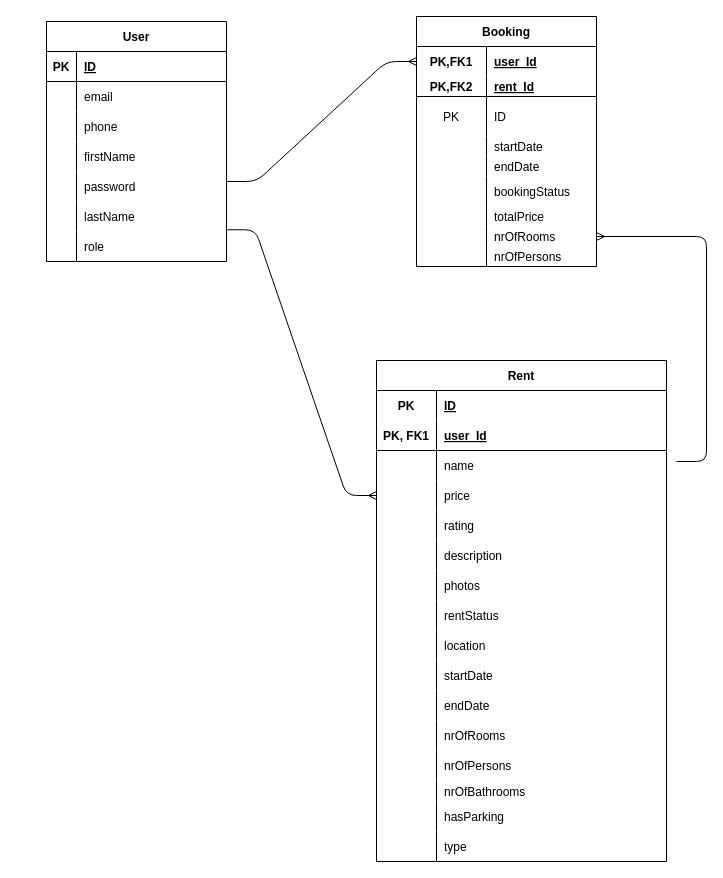
This is frontend/diagram.drawio from raresmaier234/FinalProject, a draw.io file, before an edit. Source tidied: cells renumbered, new cells numbered last; positions are measured from the earlier drawing's top-left corner, leaving out a move shared by most shapes. Both pictures are drawn from the tidied source at 100%, with x=0, y=0 at pixel (46, 16).
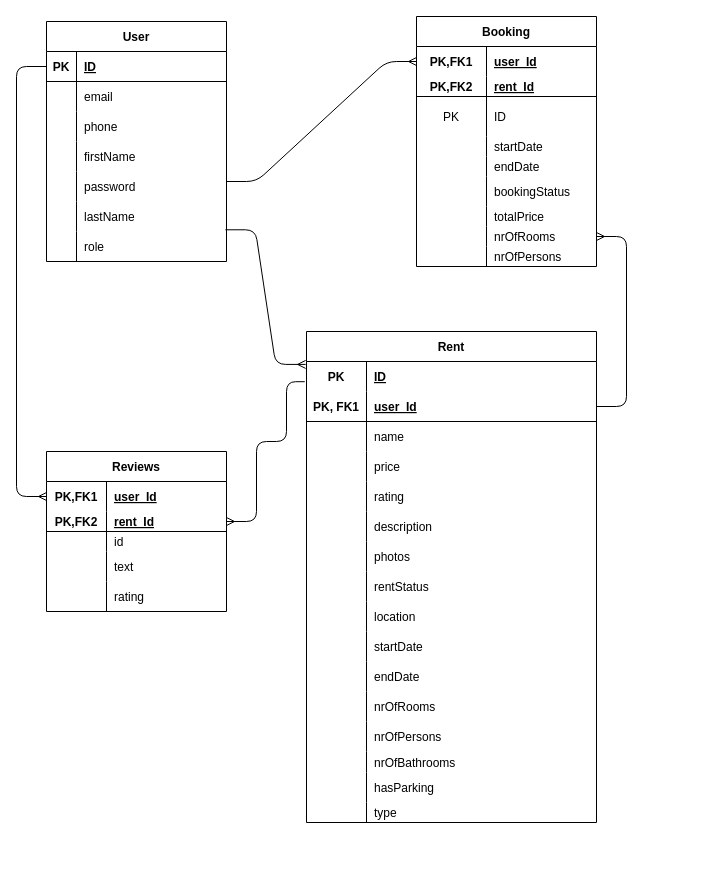
Above is the later version.

The change refers to these unchanged cells:
```xml
<mxCell id="3" style="shape=tableRow;horizontal=0;startSize=0;swimlaneHead=0;swimlaneBody=0;fillColor=none;points=[[0,0.5],[1,0.5]];portConstraint=eastwest;top=0;left=0;right=0;bottom=1;" parent="2" vertex="1">
  <mxGeometry y="30" width="180" height="30" as="geometry" />
</mxCell>
<mxCell id="21" style="shape=tableRow;horizontal=0;startSize=0;swimlaneHead=0;swimlaneBody=0;fillColor=none;points=[[0,0.5],[1,0.5]];portConstraint=eastwest;top=0;left=0;right=0;bottom=0;" parent="2" vertex="1">
  <mxGeometry y="210" width="180" height="30" as="geometry" />
</mxCell>
<mxCell id="46" style="shape=tableRow;horizontal=0;startSize=0;swimlaneHead=0;swimlaneBody=0;fillColor=none;points=[[0,0.5],[1,0.5]];portConstraint=eastwest;top=0;left=0;right=0;bottom=0;" parent="24" vertex="1">
  <mxGeometry y="210" width="180" height="20" as="geometry" />
</mxCell>
<mxCell id="54" style="shape=tableRow;horizontal=0;startSize=0;swimlaneHead=0;swimlaneBody=0;fillColor=none;points=[[0,0.5],[1,0.5]];portConstraint=eastwest;top=0;left=0;right=0;bottom=0;" parent="53" vertex="1">
  <mxGeometry y="30" width="290" height="30" as="geometry" />
</mxCell>
<mxCell id="57" style="shape=tableRow;horizontal=0;startSize=0;swimlaneHead=0;swimlaneBody=0;fillColor=none;points=[[0,0.5],[1,0.5]];portConstraint=eastwest;top=0;left=0;right=0;bottom=1;" parent="53" vertex="1">
  <mxGeometry y="60" width="290" height="30" as="geometry" />
</mxCell>
<mxCell id="63" style="shape=tableRow;horizontal=0;startSize=0;swimlaneHead=0;swimlaneBody=0;fillColor=none;points=[[0,0.5],[1,0.5]];portConstraint=eastwest;top=0;left=0;right=0;bottom=0;" parent="53" vertex="1">
  <mxGeometry y="120" width="290" height="30" as="geometry" />
</mxCell>
```

The edit, as a diff of the source:
```diff
@@
     <mxCell id="53" value="Rent" style="shape=table;startSize=30;childLayout=tableLayout;rowLines=0;fontStyle=1;align=center;" parent="1" vertex="1">
-      <mxGeometry x="330" y="344" width="290" height="501" as="geometry" />
+      <mxGeometry x="260" y="315" width="290" height="491" as="geometry" />
     </mxCell>
@@
     <mxCell id="99" style="shape=tableRow;horizontal=0;startSize=0;swimlaneHead=0;swimlaneBody=0;fillColor=none;top=0;left=0;right=0;bottom=0;" parent="53" vertex="1">
-      <mxGeometry y="471" width="290" height="30" as="geometry" />
+      <mxGeometry y="471" width="290" height="20" as="geometry" />
     </mxCell>
     <mxCell id="100" style="shape=partialRectangle;fillColor=none;top=0;left=0;bottom=0;right=0;overflow=hidden;" parent="99" vertex="1">
-      <mxGeometry width="60" height="30" as="geometry" />
+      <mxGeometry width="60" height="20" as="geometry" />
     </mxCell>
     <mxCell id="101" value="type" style="shape=partialRectangle;fillColor=none;top=0;left=0;bottom=0;right=0;align=left;spacingLeft=6;overflow=hidden;" parent="99" vertex="1">
-      <mxGeometry x="60" width="230" height="30" as="geometry" />
+      <mxGeometry x="60" width="230" height="20" as="geometry" />
     </mxCell>
-    <mxCell id="102" style="edgeStyle=entityRelationEdgeStyle;fontSize=12;html=1;endArrow=ERmany;entryX=1;entryY=0.5;entryDx=0;entryDy=0;" parent="1" edge="1" target="46">
-      <mxGeometry relative="1" as="geometry">
-        <mxPoint x="630" y="445" as="sourcePoint" />
-      </mxGeometry>
+    <mxCell id="102" style="edgeStyle=entityRelationEdgeStyle;fontSize=12;html=1;endArrow=ERmany;entryX=1;entryY=0.5;entryDx=0;entryDy=0;exitX=1;exitY=0.5;exitDx=0;exitDy=0;" parent="1" edge="1" source="57" target="46">
+      <mxGeometry relative="1" as="geometry" />
     </mxCell>
-    <mxCell id="103" style="edgeStyle=entityRelationEdgeStyle;fontSize=12;html=1;endArrow=ERmany;entryX=0;entryY=0.5;entryDx=0;entryDy=0;exitX=0.994;exitY=-0.057;exitDx=0;exitDy=0;exitPerimeter=0;" parent="1" edge="1" source="21" target="63">
+    <mxCell id="103" style="edgeStyle=entityRelationEdgeStyle;fontSize=12;html=1;endArrow=ERmany;exitX=0.994;exitY=-0.057;exitDx=0;exitDy=0;exitPerimeter=0;entryX=-0.003;entryY=0.097;entryDx=0;entryDy=0;entryPerimeter=0;" parent="1" edge="1" source="21" target="54">
       <mxGeometry relative="1" as="geometry" />
     </mxCell>
+    <mxCell id="104" value="Reviews" style="shape=table;startSize=30;childLayout=tableLayout;rowLines=0;fontStyle=1;align=center;" parent="1" vertex="1">
+      <mxGeometry y="435" width="180" height="160" as="geometry" />
+    </mxCell>
+    <mxCell id="105" style="shape=tableRow;horizontal=0;startSize=0;swimlaneHead=0;swimlaneBody=0;fillColor=none;points=[[0,0.5],[1,0.5]];portConstraint=eastwest;top=0;left=0;right=0;bottom=0;" parent="104" vertex="1">
+      <mxGeometry y="30" width="180" height="30" as="geometry" />
+    </mxCell>
+    <mxCell id="106" value="PK,FK1" style="shape=partialRectangle;fillColor=none;top=0;left=0;bottom=0;right=0;fontStyle=1;overflow=hidden;" parent="105" vertex="1">
+      <mxGeometry width="60" height="30" as="geometry" />
+    </mxCell>
+    <mxCell id="107" value="user_Id" style="shape=partialRectangle;fillColor=none;top=0;left=0;bottom=0;right=0;align=left;spacingLeft=6;fontStyle=5;overflow=hidden;" parent="105" vertex="1">
+      <mxGeometry x="60" width="120" height="30" as="geometry" />
+    </mxCell>
+    <mxCell id="108" style="shape=tableRow;horizontal=0;startSize=0;swimlaneHead=0;swimlaneBody=0;fillColor=none;points=[[0,0.5],[1,0.5]];portConstraint=eastwest;top=0;left=0;right=0;bottom=1;" parent="104" vertex="1">
+      <mxGeometry y="60" width="180" height="20" as="geometry" />
+    </mxCell>
+    <mxCell id="109" value="PK,FK2" style="shape=partialRectangle;fillColor=none;top=0;left=0;bottom=0;right=0;fontStyle=1;overflow=hidden;" parent="108" vertex="1">
+      <mxGeometry width="60" height="20" as="geometry" />
+    </mxCell>
+    <mxCell id="110" value="rent_Id" style="shape=partialRectangle;fillColor=none;top=0;left=0;bottom=0;right=0;align=left;spacingLeft=6;fontStyle=5;overflow=hidden;" parent="108" vertex="1">
+      <mxGeometry x="60" width="120" height="20" as="geometry" />
+    </mxCell>
+    <mxCell id="111" style="shape=tableRow;horizontal=0;startSize=0;swimlaneHead=0;swimlaneBody=0;fillColor=none;top=0;left=0;right=0;bottom=0;" parent="104" vertex="1">
+      <mxGeometry y="80" width="180" height="20" as="geometry" />
+    </mxCell>
+    <mxCell id="112" style="shape=partialRectangle;fillColor=none;top=0;left=0;bottom=0;right=0;overflow=hidden;" parent="111" vertex="1">
+      <mxGeometry width="60" height="20" as="geometry" />
+    </mxCell>
+    <mxCell id="113" value="id" style="shape=partialRectangle;fillColor=none;top=0;left=0;bottom=0;right=0;align=left;spacingLeft=6;overflow=hidden;" parent="111" vertex="1">
+      <mxGeometry x="60" width="120" height="20" as="geometry" />
+    </mxCell>
+    <mxCell id="114" style="shape=tableRow;horizontal=0;startSize=0;swimlaneHead=0;swimlaneBody=0;fillColor=none;top=0;left=0;right=0;bottom=0;" parent="104" vertex="1">
+      <mxGeometry y="100" width="180" height="30" as="geometry" />
+    </mxCell>
+    <mxCell id="115" style="shape=partialRectangle;fillColor=none;top=0;left=0;bottom=0;right=0;overflow=hidden;" parent="114" vertex="1">
+      <mxGeometry width="60" height="30" as="geometry" />
+    </mxCell>
+    <mxCell id="116" value="text" style="shape=partialRectangle;fillColor=none;top=0;left=0;bottom=0;right=0;align=left;spacingLeft=6;overflow=hidden;" parent="114" vertex="1">
+      <mxGeometry x="60" width="120" height="30" as="geometry" />
+    </mxCell>
+    <mxCell id="117" style="shape=tableRow;horizontal=0;startSize=0;swimlaneHead=0;swimlaneBody=0;fillColor=none;top=0;left=0;right=0;bottom=0;" parent="104" vertex="1">
+      <mxGeometry y="130" width="180" height="30" as="geometry" />
+    </mxCell>
+    <mxCell id="118" style="shape=partialRectangle;fillColor=none;top=0;left=0;bottom=0;right=0;overflow=hidden;" parent="117" vertex="1">
+      <mxGeometry width="60" height="30" as="geometry" />
+    </mxCell>
+    <mxCell id="119" value="rating" style="shape=partialRectangle;fillColor=none;top=0;left=0;bottom=0;right=0;align=left;spacingLeft=6;overflow=hidden;" parent="117" vertex="1">
+      <mxGeometry x="60" width="120" height="30" as="geometry" />
+    </mxCell>
+    <mxCell id="120" style="edgeStyle=orthogonalEdgeStyle;fontSize=12;html=1;endArrow=ERmany;exitX=0;exitY=0.5;exitDx=0;exitDy=0;" parent="1" edge="1" source="3" target="105">
+      <mxGeometry relative="1" as="geometry">
+        <Array as="points">
+          <mxPoint x="-30" y="50" />
+          <mxPoint x="-30" y="480" />
+        </Array>
+      </mxGeometry>
+    </mxCell>
+    <mxCell id="121" style="edgeStyle=orthogonalEdgeStyle;fontSize=12;html=1;endArrow=ERmany;entryX=1;entryY=0.5;entryDx=0;entryDy=0;exitX=-0.006;exitY=0.673;exitDx=0;exitDy=0;exitPerimeter=0;" parent="1" edge="1" source="54" target="108">
+      <mxGeometry relative="1" as="geometry">
+        <Array as="points">
+          <mxPoint x="240" y="365" />
+          <mxPoint x="240" y="425" />
+          <mxPoint x="210" y="425" />
+          <mxPoint x="210" y="505" />
+        </Array>
+      </mxGeometry>
+    </mxCell>
```
